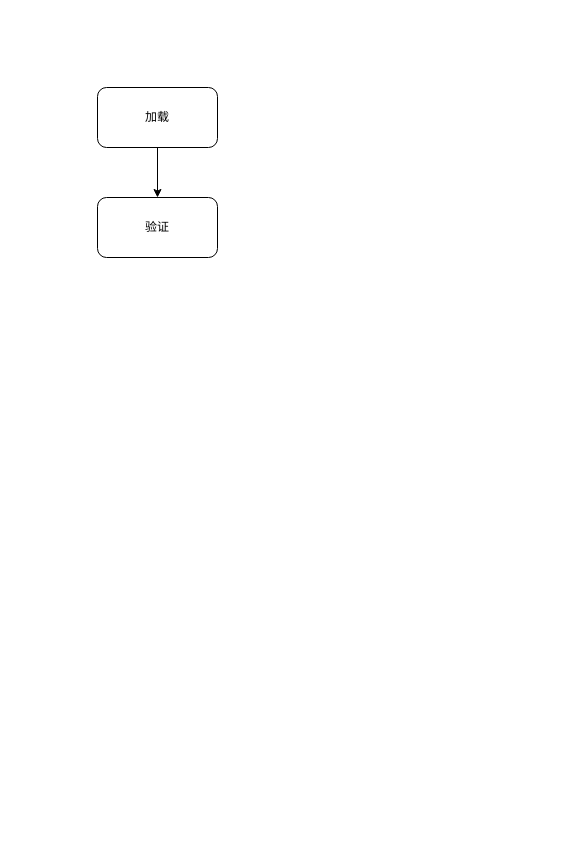
Earlier version of the draw.io diagram page "类加载" (4 of 4) of content/图库/JVM虚拟机.drawio (jianzhipoxiao/notes). Source tidied: cells renumbered, new cells numbered last; positions are measured from the earlier drawing's top-left corner, leaving out a move shared by most shapes. Both pictures are drawn from the tidied source at 100%, with x=0, y=0 at pixel (97, 87).
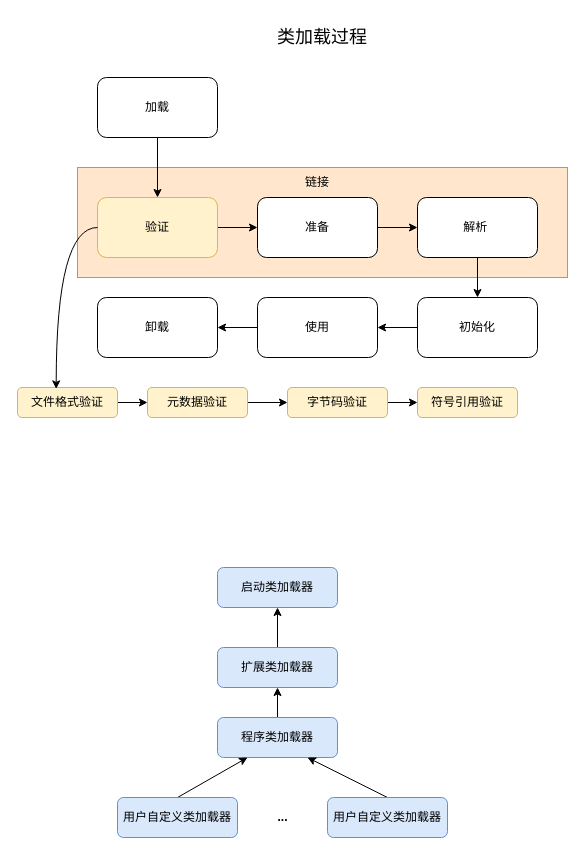
After the change.

Diff of the diagram source:
```diff
@@
+    <mxCell id="5" style="rounded=0;whiteSpace=wrap;html=1;fillColor=#ffe6cc;strokeColor=#d79b00;" parent="1" vertex="1">
+      <mxGeometry x="-20" y="80" width="490" height="110" as="geometry" />
+    </mxCell>
@@
     <mxCell id="3" value="加载" style="rounded=1;whiteSpace=wrap;html=1;" parent="1" vertex="1">
-      <mxGeometry width="120" height="60" as="geometry" />
+      <mxGeometry y="-10" width="120" height="60" as="geometry" />
     </mxCell>
+    <mxCell id="6" style="edgeStyle=orthogonalEdgeStyle;rounded=0;jettySize=auto;html=1;exitX=1;exitY=0.5;exitDx=0;exitDy=0;entryX=0;entryY=0.5;entryDx=0;entryDy=0;" parent="1" edge="1" source="4" target="8">
+      <mxGeometry relative="1" as="geometry" />
+    </mxCell>
-    <mxCell id="4" value="验证" style="rounded=1;whiteSpace=wrap;html=1;" parent="1" vertex="1">
+    <mxCell id="4" value="验证" style="rounded=1;whiteSpace=wrap;html=1;fillColor=#fff2cc;strokeColor=#d6b656;" parent="1" vertex="1">
       <mxGeometry y="110" width="120" height="60" as="geometry" />
     </mxCell>
+    <mxCell id="7" style="edgeStyle=orthogonalEdgeStyle;rounded=0;jettySize=auto;html=1;exitX=1;exitY=0.5;exitDx=0;exitDy=0;entryX=0;entryY=0.5;entryDx=0;entryDy=0;" parent="1" edge="1" source="8" target="10">
+      <mxGeometry relative="1" as="geometry" />
+    </mxCell>
+    <mxCell id="8" value="准备" style="rounded=1;whiteSpace=wrap;html=1;" parent="1" vertex="1">
+      <mxGeometry x="160" y="110" width="120" height="60" as="geometry" />
+    </mxCell>
+    <mxCell id="9" style="edgeStyle=orthogonalEdgeStyle;rounded=0;jettySize=auto;html=1;exitX=0.5;exitY=1;exitDx=0;exitDy=0;entryX=0.5;entryY=0;entryDx=0;entryDy=0;" parent="1" edge="1" source="10" target="13">
+      <mxGeometry relative="1" as="geometry" />
+    </mxCell>
+    <mxCell id="10" value="解析&amp;nbsp;" style="rounded=1;whiteSpace=wrap;html=1;" parent="1" vertex="1">
+      <mxGeometry x="320" y="110" width="120" height="60" as="geometry" />
+    </mxCell>
+    <mxCell id="11" value="链接" style="text;html=1;align=center;verticalAlign=middle;whiteSpace=wrap;rounded=0;" parent="1" vertex="1">
+      <mxGeometry x="190" y="80" width="60" height="30" as="geometry" />
+    </mxCell>
+    <mxCell id="12" style="edgeStyle=orthogonalEdgeStyle;rounded=0;jettySize=auto;html=1;entryX=1;entryY=0.5;entryDx=0;entryDy=0;" parent="1" edge="1" source="13" target="15">
+      <mxGeometry relative="1" as="geometry" />
+    </mxCell>
+    <mxCell id="13" value="初始化" style="rounded=1;whiteSpace=wrap;html=1;" parent="1" vertex="1">
+      <mxGeometry x="320" y="210" width="120" height="60" as="geometry" />
+    </mxCell>
+    <mxCell id="14" style="edgeStyle=orthogonalEdgeStyle;rounded=0;jettySize=auto;html=1;entryX=1;entryY=0.5;entryDx=0;entryDy=0;" parent="1" edge="1" source="15" target="16">
+      <mxGeometry relative="1" as="geometry" />
+    </mxCell>
+    <mxCell id="15" value="使用" style="rounded=1;whiteSpace=wrap;html=1;" parent="1" vertex="1">
+      <mxGeometry x="160" y="210" width="120" height="60" as="geometry" />
+    </mxCell>
+    <mxCell id="16" value="卸载" style="rounded=1;whiteSpace=wrap;html=1;" parent="1" vertex="1">
+      <mxGeometry y="210" width="120" height="60" as="geometry" />
+    </mxCell>
+    <mxCell id="17" value="&lt;font style=&quot;font-size: 18px;&quot;&gt;类加载过程&lt;/font&gt;" style="text;html=1;align=center;verticalAlign=middle;whiteSpace=wrap;rounded=0;" parent="1" vertex="1">
+      <mxGeometry x="95" y="-70" width="260" height="40" as="geometry" />
+    </mxCell>
+    <mxCell id="18" style="edgeStyle=orthogonalEdgeStyle;rounded=0;jettySize=auto;html=1;exitX=1;exitY=0.5;exitDx=0;exitDy=0;entryX=0;entryY=0.5;entryDx=0;entryDy=0;" parent="1" edge="1" source="19" target="21">
+      <mxGeometry relative="1" as="geometry" />
+    </mxCell>
+    <mxCell id="19" value="文件格式验证" style="rounded=1;whiteSpace=wrap;html=1;fillColor=#fff2cc;strokeColor=#d6b656;" parent="1" vertex="1">
+      <mxGeometry x="-80" y="300" width="100" height="30" as="geometry" />
+    </mxCell>
+    <mxCell id="20" style="edgeStyle=orthogonalEdgeStyle;rounded=0;jettySize=auto;html=1;exitX=1;exitY=0.5;exitDx=0;exitDy=0;entryX=0;entryY=0.5;entryDx=0;entryDy=0;" parent="1" edge="1" source="21" target="23">
+      <mxGeometry relative="1" as="geometry" />
+    </mxCell>
+    <mxCell id="21" value="元数据验证" style="rounded=1;whiteSpace=wrap;html=1;fillColor=#fff2cc;strokeColor=#d6b656;" parent="1" vertex="1">
+      <mxGeometry x="50" y="300" width="100" height="30" as="geometry" />
+    </mxCell>
+    <mxCell id="22" style="edgeStyle=orthogonalEdgeStyle;rounded=0;jettySize=auto;html=1;entryX=0;entryY=0.5;entryDx=0;entryDy=0;" parent="1" edge="1" source="23" target="24">
+      <mxGeometry relative="1" as="geometry" />
+    </mxCell>
+    <mxCell id="23" value="字节码验证" style="rounded=1;whiteSpace=wrap;html=1;fillColor=#fff2cc;strokeColor=#d6b656;" parent="1" vertex="1">
+      <mxGeometry x="190" y="300" width="100" height="30" as="geometry" />
+    </mxCell>
+    <mxCell id="24" value="符号引用验证" style="rounded=1;whiteSpace=wrap;html=1;fillColor=#fff2cc;strokeColor=#d6b656;" parent="1" vertex="1">
+      <mxGeometry x="320" y="300" width="100" height="30" as="geometry" />
+    </mxCell>
+    <mxCell id="25" style="edgeStyle=orthogonalEdgeStyle;rounded=0;jettySize=auto;html=1;exitX=0;exitY=0.5;exitDx=0;exitDy=0;entryX=0.387;entryY=0.046;entryDx=0;entryDy=0;entryPerimeter=0;elbow=vertical;curved=1;" parent="1" edge="1" source="4" target="19">
+      <mxGeometry relative="1" as="geometry" />
+    </mxCell>
+    <mxCell id="26" value="启动类加载器" style="rounded=1;whiteSpace=wrap;html=1;fillColor=#dae8fc;strokeColor=#6c8ebf;" parent="1" vertex="1">
+      <mxGeometry x="120" y="480" width="120" height="40" as="geometry" />
+    </mxCell>
+    <mxCell id="27" style="rounded=0;jettySize=auto;html=1;exitX=0.5;exitY=0;exitDx=0;exitDy=0;entryX=0.5;entryY=1;entryDx=0;entryDy=0;" parent="1" edge="1" source="28" target="26">
+      <mxGeometry relative="1" as="geometry" />
+    </mxCell>
+    <mxCell id="28" value="扩展类加载器" style="rounded=1;whiteSpace=wrap;html=1;fillColor=#dae8fc;strokeColor=#6c8ebf;" parent="1" vertex="1">
+      <mxGeometry x="120" y="560" width="120" height="40" as="geometry" />
+    </mxCell>
+    <mxCell id="29" style="rounded=0;jettySize=auto;html=1;exitX=0.5;exitY=0;exitDx=0;exitDy=0;entryX=0.5;entryY=1;entryDx=0;entryDy=0;" parent="1" edge="1" source="30" target="28">
+      <mxGeometry relative="1" as="geometry" />
+    </mxCell>
+    <mxCell id="30" value="程序类加载器" style="rounded=1;whiteSpace=wrap;html=1;fillColor=#dae8fc;strokeColor=#6c8ebf;" parent="1" vertex="1">
+      <mxGeometry x="120" y="630" width="120" height="40" as="geometry" />
+    </mxCell>
+    <mxCell id="31" style="rounded=0;jettySize=auto;html=1;exitX=0.5;exitY=0;exitDx=0;exitDy=0;entryX=0.25;entryY=1;entryDx=0;entryDy=0;" parent="1" edge="1" source="32" target="30">
+      <mxGeometry relative="1" as="geometry" />
+    </mxCell>
+    <mxCell id="32" value="用户自定义类加载器" style="rounded=1;whiteSpace=wrap;html=1;fillColor=#dae8fc;strokeColor=#6c8ebf;" parent="1" vertex="1">
+      <mxGeometry x="20" y="710" width="120" height="40" as="geometry" />
+    </mxCell>
+    <mxCell id="33" style="rounded=0;jettySize=auto;html=1;exitX=0.5;exitY=0;exitDx=0;exitDy=0;entryX=0.75;entryY=1;entryDx=0;entryDy=0;" parent="1" edge="1" source="34" target="30">
+      <mxGeometry relative="1" as="geometry" />
+    </mxCell>
+    <mxCell id="34" value="用户自定义类加载器" style="rounded=1;whiteSpace=wrap;html=1;fillColor=#dae8fc;strokeColor=#6c8ebf;" parent="1" vertex="1">
+      <mxGeometry x="230" y="710" width="120" height="40" as="geometry" />
+    </mxCell>
+    <mxCell id="35" value="&lt;b&gt;...&lt;/b&gt;" style="text;html=1;align=center;verticalAlign=middle;strokeColor=none;fillColor=none;" parent="1" vertex="1">
+      <mxGeometry x="170" y="715" width="30" height="30" as="geometry" />
+    </mxCell>
```
